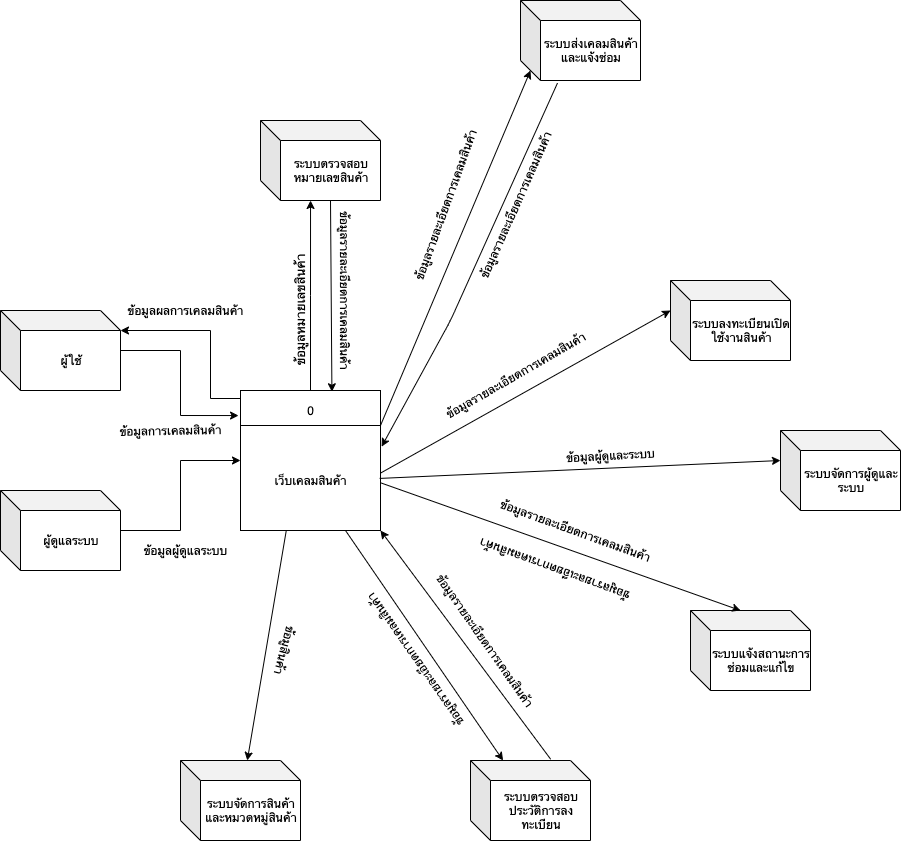
t6tg/kmutnbservice keeps this draw.io diagram as contect DFD.png. Above is the earlier version. Source tidied: cells renumbered, new cells last; positions are measured from the earlier drawing's top-left corner, leaving out a move shared by most shapes.
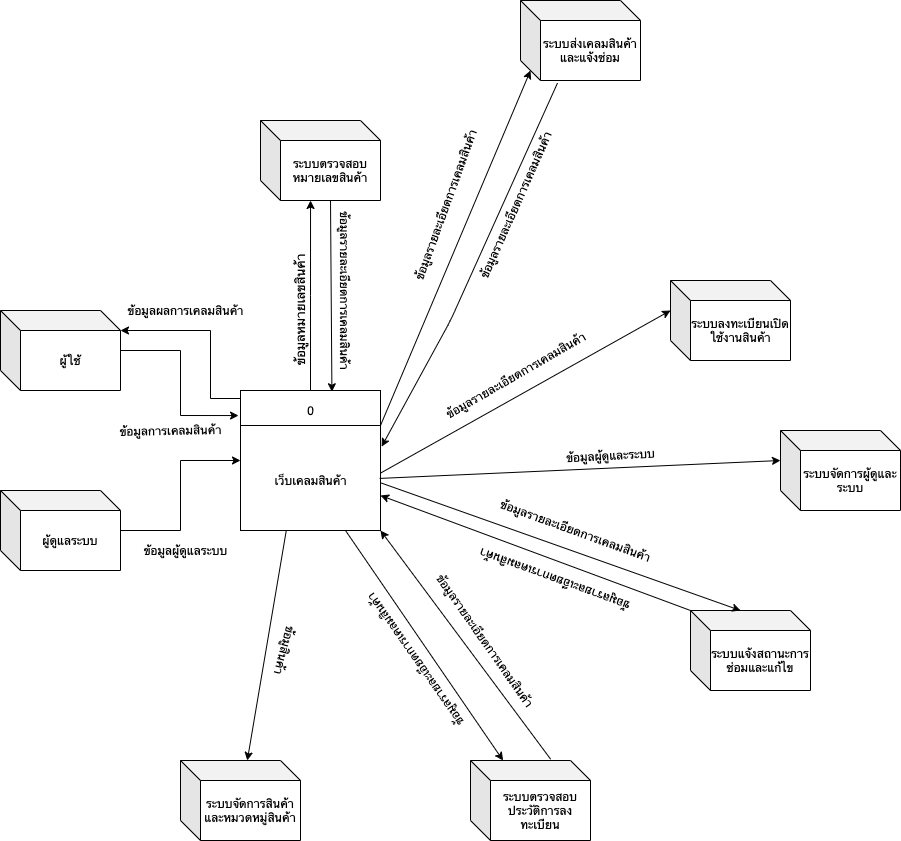
The same file after the commit.

What changed in the source:
```diff
@@ -111,7 +111,7 @@
       <mxGeometry x="490" y="520" width="170" height="20" as="geometry" />
     </mxCell>
     <mxCell id="35" value="ข้อมูลรายละเอียดการเคลมสินค้า" style="text;html=1;align=center;verticalAlign=middle;fontSize=12;rotation=-160;" parent="1" vertex="1">
-      <mxGeometry x="470" y="560" width="170" height="20" as="geometry" />
+      <mxGeometry x="470" y="570" width="170" height="20" as="geometry" />
     </mxCell>
     <mxCell id="36" value="ข้อมูลรายละเอียดการเคลมสินค้า" style="text;html=1;align=center;verticalAlign=middle;fontSize=12;rotation=55;" parent="1" vertex="1">
       <mxGeometry x="400" y="630" width="170" height="20" as="geometry" />
@@ -131,5 +131,8 @@
     <mxCell id="41" value="ข้อมูลผู้ดูแลระบบ" style="text;html=1;align=center;verticalAlign=middle;" parent="1" vertex="1">
       <mxGeometry x="135" y="540" width="100" height="20" as="geometry" />
     </mxCell>
+    <mxCell id="42" style="endArrow=classic;html=1;exitX=0;exitY=0;exitDx=0;exitDy=0;exitPerimeter=0;entryX=1;entryY=0.75;entryDx=0;entryDy=0;" parent="1" edge="1" source="16" target="7">
+      <mxGeometry relative="1" as="geometry" />
+    </mxCell>
   </root>
 </mxGraphModel>
```
